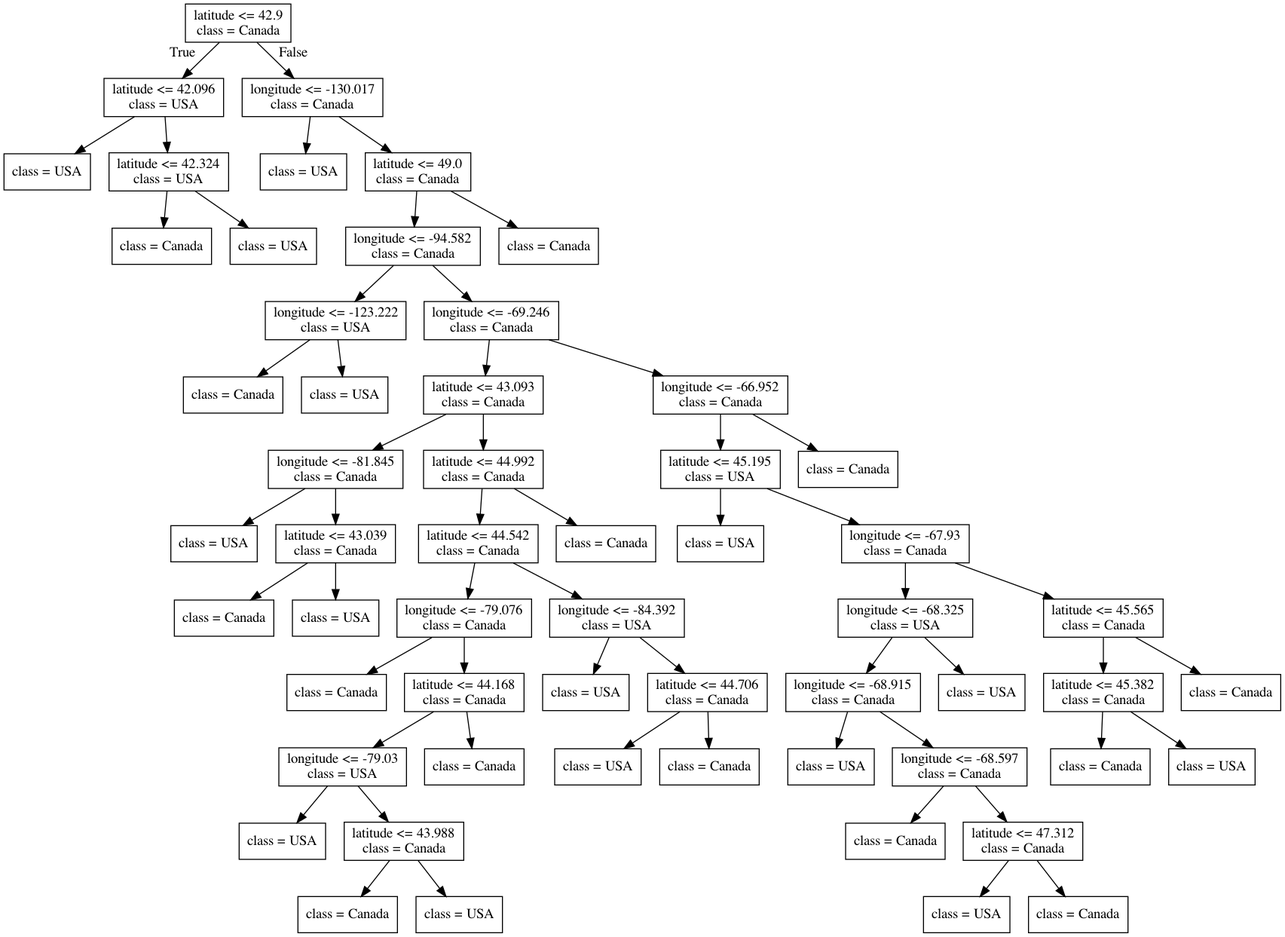
Above: lectures/Source.gv.png in bait509-ubc/BAIT509 (Graphviz), before the change. Its source is kept beside it as lectures/Source.gv.
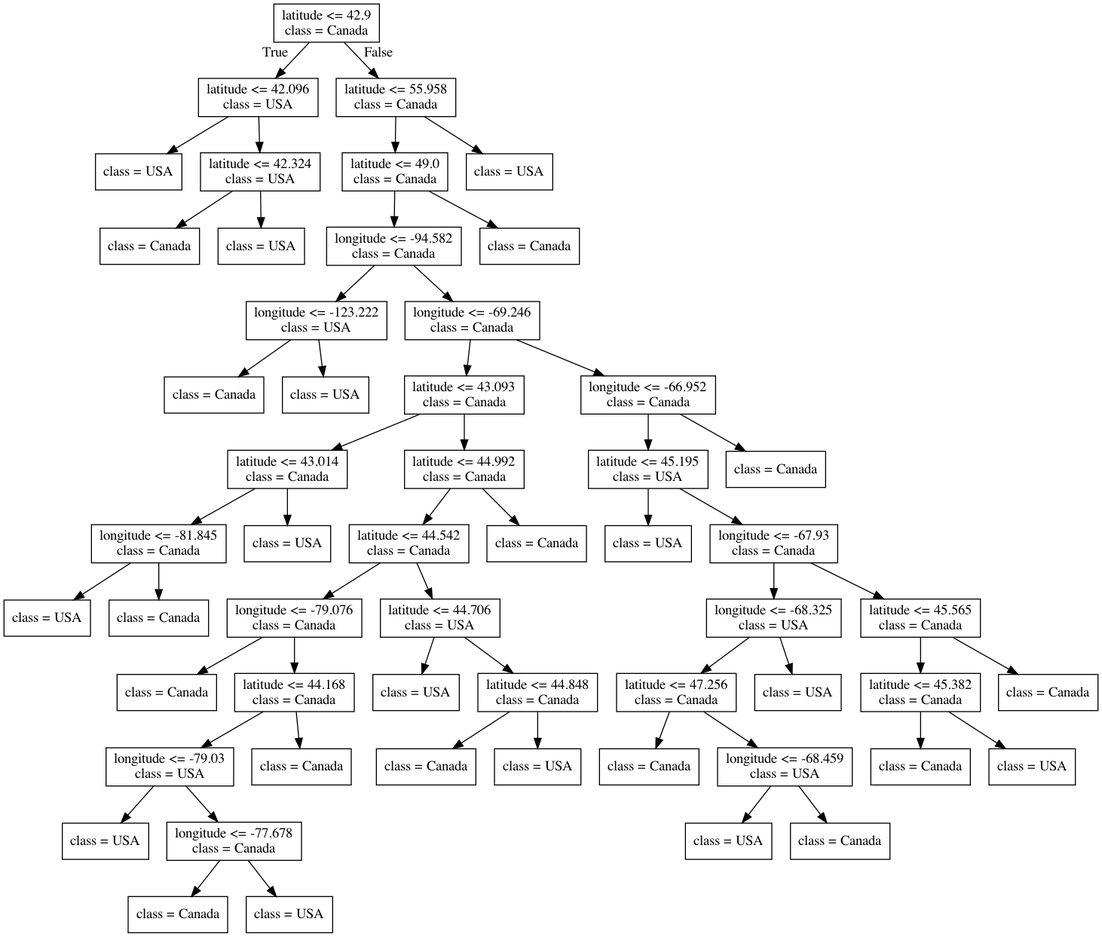
Later version of the same file.

The edit, as a diff of the source:
```diff
@@ -11,106 +11,102 @@
 3 -> 4 ;
 5 [label="class = USA"] ;
 3 -> 5 ;
-6 [label="longitude <= -130.017\nclass = Canada"] ;
+6 [label="latitude <= 55.958\nclass = Canada"] ;
 0 -> 6 [labeldistance=2.5, labelangle=-45, headlabel="False"] ;
-7 [label="class = USA"] ;
+7 [label="latitude <= 49.0\nclass = Canada"] ;
 6 -> 7 ;
-8 [label="latitude <= 49.0\nclass = Canada"] ;
-6 -> 8 ;
-9 [label="longitude <= -94.582\nclass = Canada"] ;
+8 [label="longitude <= -94.582\nclass = Canada"] ;
+7 -> 8 ;
+9 [label="longitude <= -123.222\nclass = USA"] ;
 8 -> 9 ;
-10 [label="longitude <= -123.222\nclass = USA"] ;
+10 [label="class = Canada"] ;
 9 -> 10 ;
-11 [label="class = Canada"] ;
-10 -> 11 ;
-12 [label="class = USA"] ;
-10 -> 12 ;
-13 [label="longitude <= -69.246\nclass = Canada"] ;
-9 -> 13 ;
-14 [label="latitude <= 43.093\nclass = Canada"] ;
+11 [label="class = USA"] ;
+9 -> 11 ;
+12 [label="longitude <= -69.246\nclass = Canada"] ;
+8 -> 12 ;
+13 [label="latitude <= 43.093\nclass = Canada"] ;
+12 -> 13 ;
+14 [label="latitude <= 43.014\nclass = Canada"] ;
 13 -> 14 ;
 15 [label="longitude <= -81.845\nclass = Canada"] ;
 14 -> 15 ;
 16 [label="class = USA"] ;
 15 -> 16 ;
-17 [label="latitude <= 43.039\nclass = Canada"] ;
+17 [label="class = Canada"] ;
 15 -> 17 ;
-18 [label="class = Canada"] ;
-17 -> 18 ;
-19 [label="class = USA"] ;
-17 -> 19 ;
-20 [label="latitude <= 44.992\nclass = Canada"] ;
-14 -> 20 ;
-21 [label="latitude <= 44.542\nclass = Canada"] ;
+18 [label="class = USA"] ;
+14 -> 18 ;
+19 [label="latitude <= 44.992\nclass = Canada"] ;
+13 -> 19 ;
+20 [label="latitude <= 44.542\nclass = Canada"] ;
+19 -> 20 ;
+21 [label="longitude <= -79.076\nclass = Canada"] ;
 20 -> 21 ;
-22 [label="longitude <= -79.076\nclass = Canada"] ;
+22 [label="class = Canada"] ;
 21 -> 22 ;
-23 [label="class = Canada"] ;
-22 -> 23 ;
-24 [label="latitude <= 44.168\nclass = Canada"] ;
-22 -> 24 ;
-25 [label="longitude <= -79.03\nclass = USA"] ;
+23 [label="latitude <= 44.168\nclass = Canada"] ;
+21 -> 23 ;
+24 [label="longitude <= -79.03\nclass = USA"] ;
+23 -> 24 ;
+25 [label="class = USA"] ;
 24 -> 25 ;
-26 [label="class = USA"] ;
-25 -> 26 ;
-27 [label="latitude <= 43.988\nclass = Canada"] ;
-25 -> 27 ;
-28 [label="class = Canada"] ;
-27 -> 28 ;
-29 [label="class = USA"] ;
-27 -> 29 ;
-30 [label="class = Canada"] ;
-24 -> 30 ;
-31 [label="longitude <= -84.392\nclass = USA"] ;
-21 -> 31 ;
-32 [label="class = USA"] ;
-31 -> 32 ;
-33 [label="latitude <= 44.706\nclass = Canada"] ;
-31 -> 33 ;
+26 [label="longitude <= -77.678\nclass = Canada"] ;
+24 -> 26 ;
+27 [label="class = Canada"] ;
+26 -> 27 ;
+28 [label="class = USA"] ;
+26 -> 28 ;
+29 [label="class = Canada"] ;
+23 -> 29 ;
+30 [label="latitude <= 44.706\nclass = USA"] ;
+20 -> 30 ;
+31 [label="class = USA"] ;
+30 -> 31 ;
+32 [label="latitude <= 44.848\nclass = Canada"] ;
+30 -> 32 ;
+33 [label="class = Canada"] ;
+32 -> 33 ;
 34 [label="class = USA"] ;
-33 -> 34 ;
+32 -> 34 ;
 35 [label="class = Canada"] ;
-33 -> 35 ;
-36 [label="class = Canada"] ;
-20 -> 36 ;
-37 [label="longitude <= -66.952\nclass = Canada"] ;
-13 -> 37 ;
-38 [label="latitude <= 45.195\nclass = USA"] ;
+19 -> 35 ;
+36 [label="longitude <= -66.952\nclass = Canada"] ;
+12 -> 36 ;
+37 [label="latitude <= 45.195\nclass = USA"] ;
+36 -> 37 ;
+38 [label="class = USA"] ;
 37 -> 38 ;
-39 [label="class = USA"] ;
-38 -> 39 ;
-40 [label="longitude <= -67.93\nclass = Canada"] ;
-38 -> 40 ;
-41 [label="longitude <= -68.325\nclass = USA"] ;
+39 [label="longitude <= -67.93\nclass = Canada"] ;
+37 -> 39 ;
+40 [label="longitude <= -68.325\nclass = USA"] ;
+39 -> 40 ;
+41 [label="latitude <= 47.256\nclass = Canada"] ;
 40 -> 41 ;
-42 [label="longitude <= -68.915\nclass = Canada"] ;
+42 [label="class = Canada"] ;
 41 -> 42 ;
-43 [label="class = USA"] ;
-42 -> 43 ;
-44 [label="longitude <= -68.597\nclass = Canada"] ;
-42 -> 44 ;
+43 [label="longitude <= -68.459\nclass = USA"] ;
+41 -> 43 ;
+44 [label="class = USA"] ;
+43 -> 44 ;
 45 [label="class = Canada"] ;
-44 -> 45 ;
-46 [label="latitude <= 47.312\nclass = Canada"] ;
-44 -> 46 ;
-47 [label="class = USA"] ;
-46 -> 47 ;
-48 [label="class = Canada"] ;
-46 -> 48 ;
-49 [label="class = USA"] ;
-41 -> 49 ;
-50 [label="latitude <= 45.565\nclass = Canada"] ;
-40 -> 50 ;
-51 [label="latitude <= 45.382\nclass = Canada"] ;
-50 -> 51 ;
+43 -> 45 ;
+46 [label="class = USA"] ;
+40 -> 46 ;
+47 [label="latitude <= 45.565\nclass = Canada"] ;
+39 -> 47 ;
+48 [label="latitude <= 45.382\nclass = Canada"] ;
+47 -> 48 ;
+49 [label="class = Canada"] ;
+48 -> 49 ;
+50 [label="class = USA"] ;
+48 -> 50 ;
+51 [label="class = Canada"] ;
+47 -> 51 ;
 52 [label="class = Canada"] ;
-51 -> 52 ;
-53 [label="class = USA"] ;
-51 -> 53 ;
-54 [label="class = Canada"] ;
-50 -> 54 ;
-55 [label="class = Canada"] ;
-37 -> 55 ;
-56 [label="class = Canada"] ;
-8 -> 56 ;
+36 -> 52 ;
+53 [label="class = Canada"] ;
+7 -> 53 ;
+54 [label="class = USA"] ;
+6 -> 54 ;
 }
```
